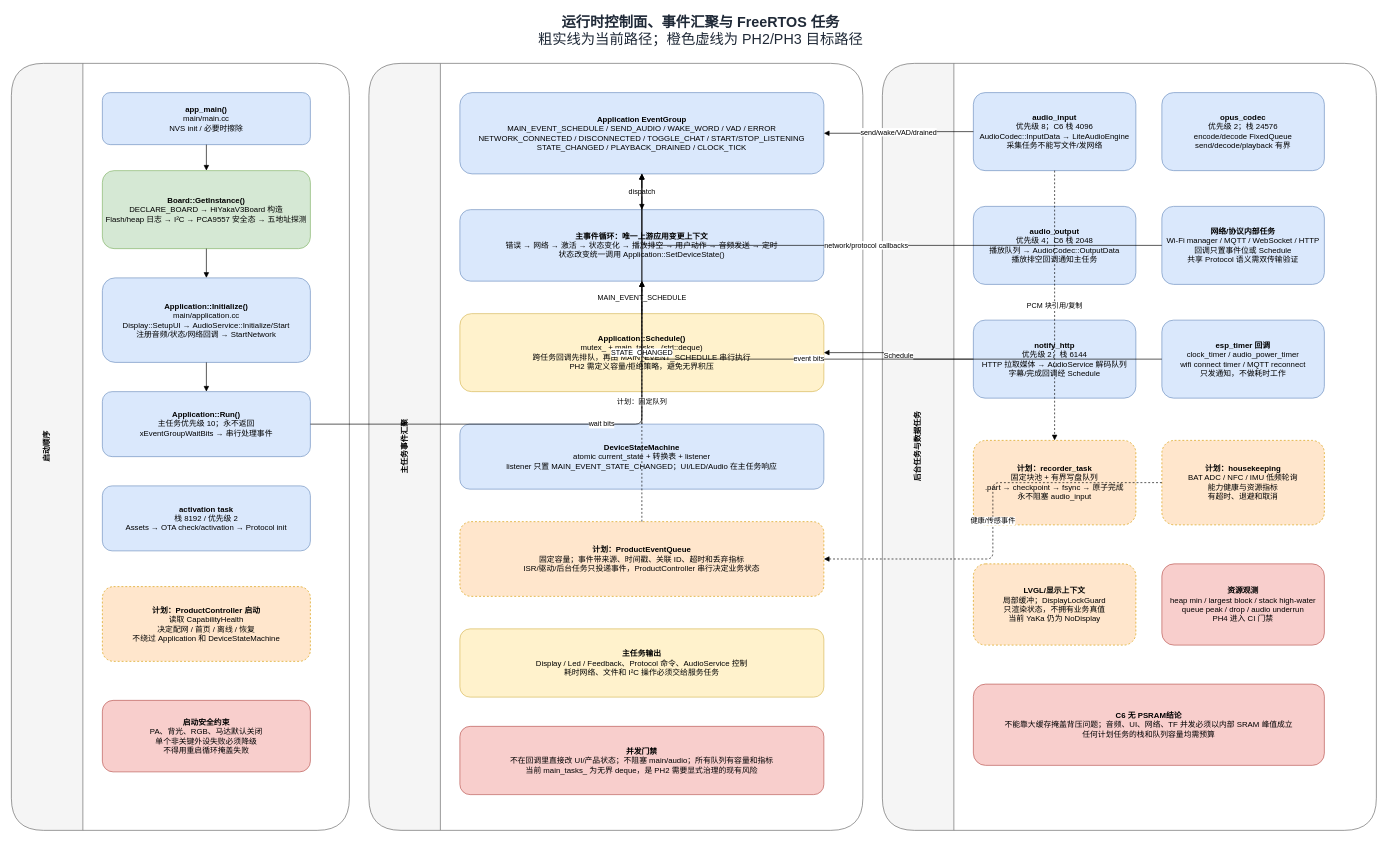
njueeRay/hi-yaka-firmware keeps this draw.io diagram as page "02 启动、事件与任务并发" (2 of 4) of docs/yaka/diagrams/yaka-firmware-architecture.drawio. Above is the earlier version. Source tidied: cells renumbered, new cells numbered last; positions are measured from the earlier drawing's top-left corner, leaving out a move shared by most shapes. Both pictures are drawn from the tidied source at 65%, with x=0, y=0 at pixel (11, 11).
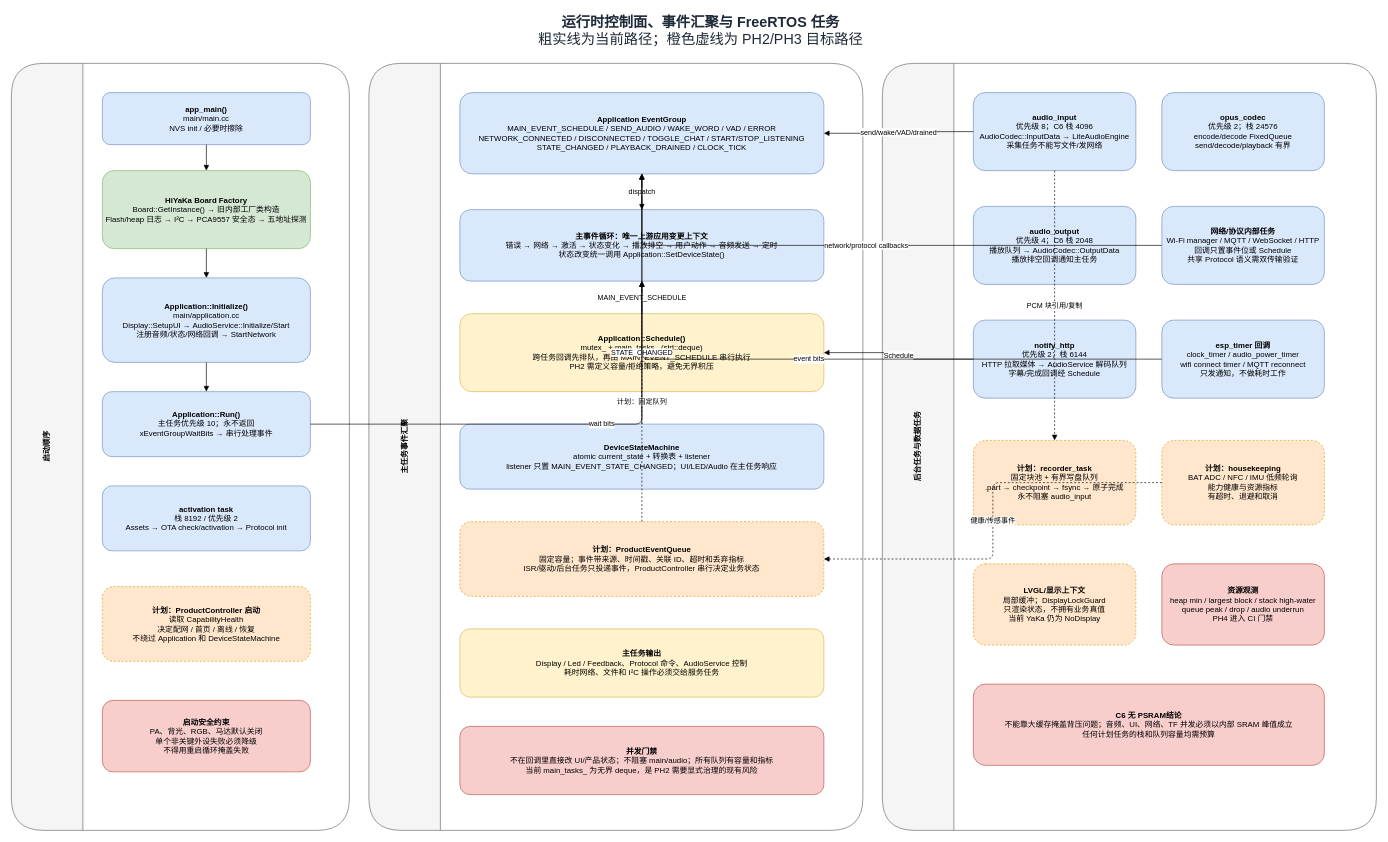
The same page after the edit.

The change refers to these unchanged cells:
```xml
<mxCell id="3" value="启动顺序" style="swimlane;horizontal=0;startSize=110;rounded=1;html=1;fillColor=#F5F5F5;strokeColor=#666666;fontStyle=1;" parent="1" vertex="1">
  <mxGeometry y="80" width="520" height="1180" as="geometry" />
</mxCell>
```

Change to the diagram source:
```diff
@@
-    <mxCell id="5" value="&lt;b&gt;Board::GetInstance()&lt;/b&gt;&lt;br&gt;DECLARE_BOARD → HiYakaV3Board 构造&lt;br&gt;Flash/heap 日志 → I²C → PCA9557 安全态 → 五地址探测" style="rounded=1;whiteSpace=wrap;html=1;fillColor=#D5E8D4;strokeColor=#82B366;" parent="3" vertex="1">
+    <mxCell id="5" value="&lt;b&gt;HiYaKa Board Factory&lt;/b&gt;&lt;br&gt;Board::GetInstance() → 旧内部工厂类构造&lt;br&gt;Flash/heap 日志 → I²C → PCA9557 安全态 → 五地址探测" style="rounded=1;whiteSpace=wrap;html=1;fillColor=#D5E8D4;strokeColor=#82B366;" parent="3" vertex="1">
       <mxGeometry x="140" y="165" width="320" height="120" as="geometry" />
     </mxCell>
```
